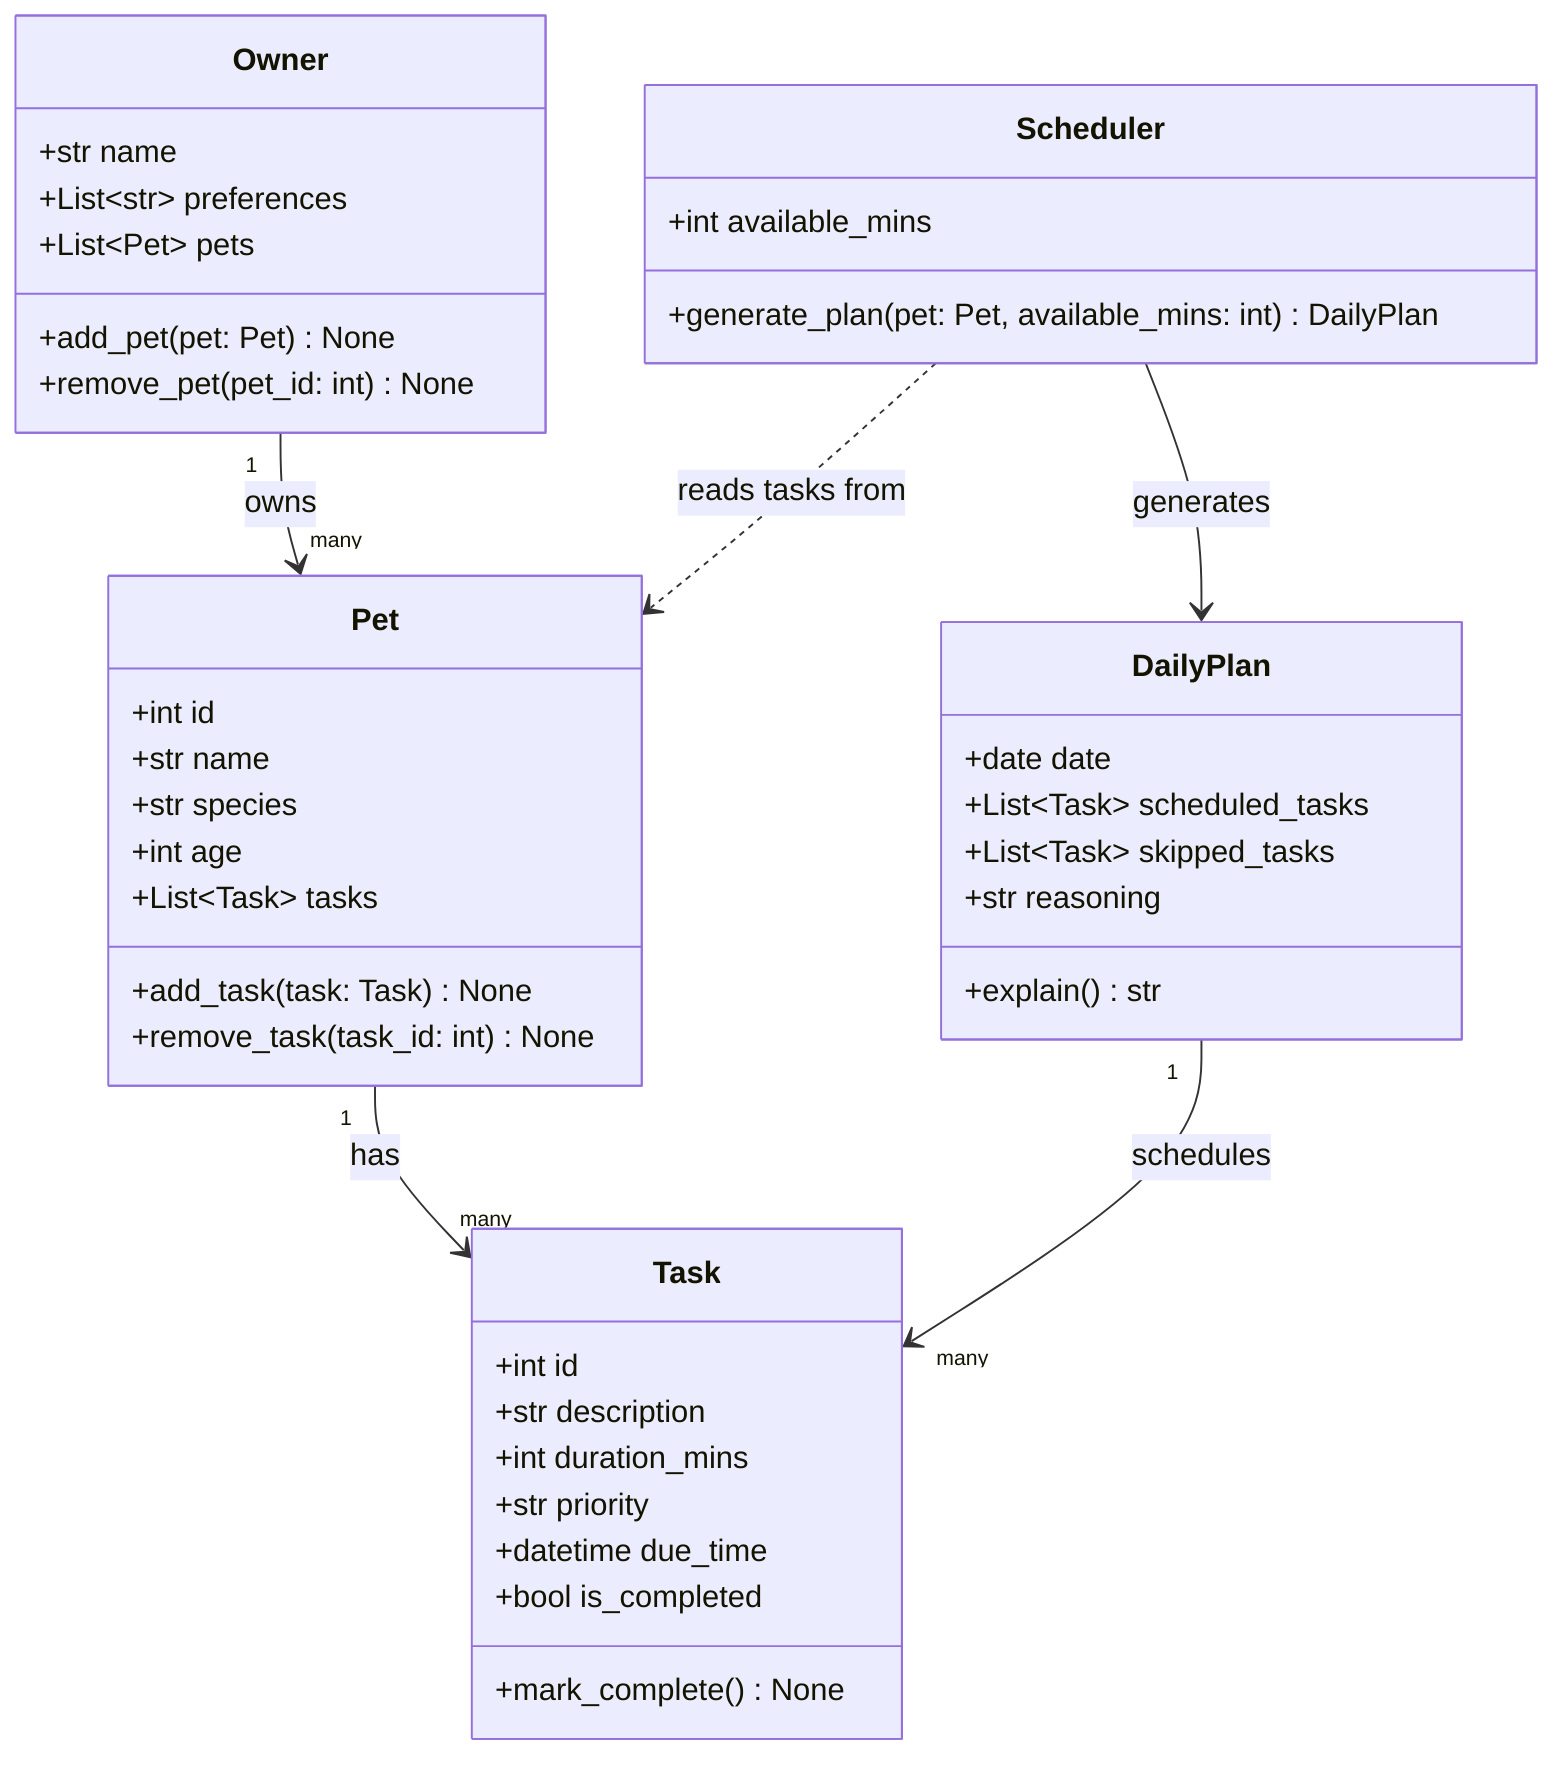
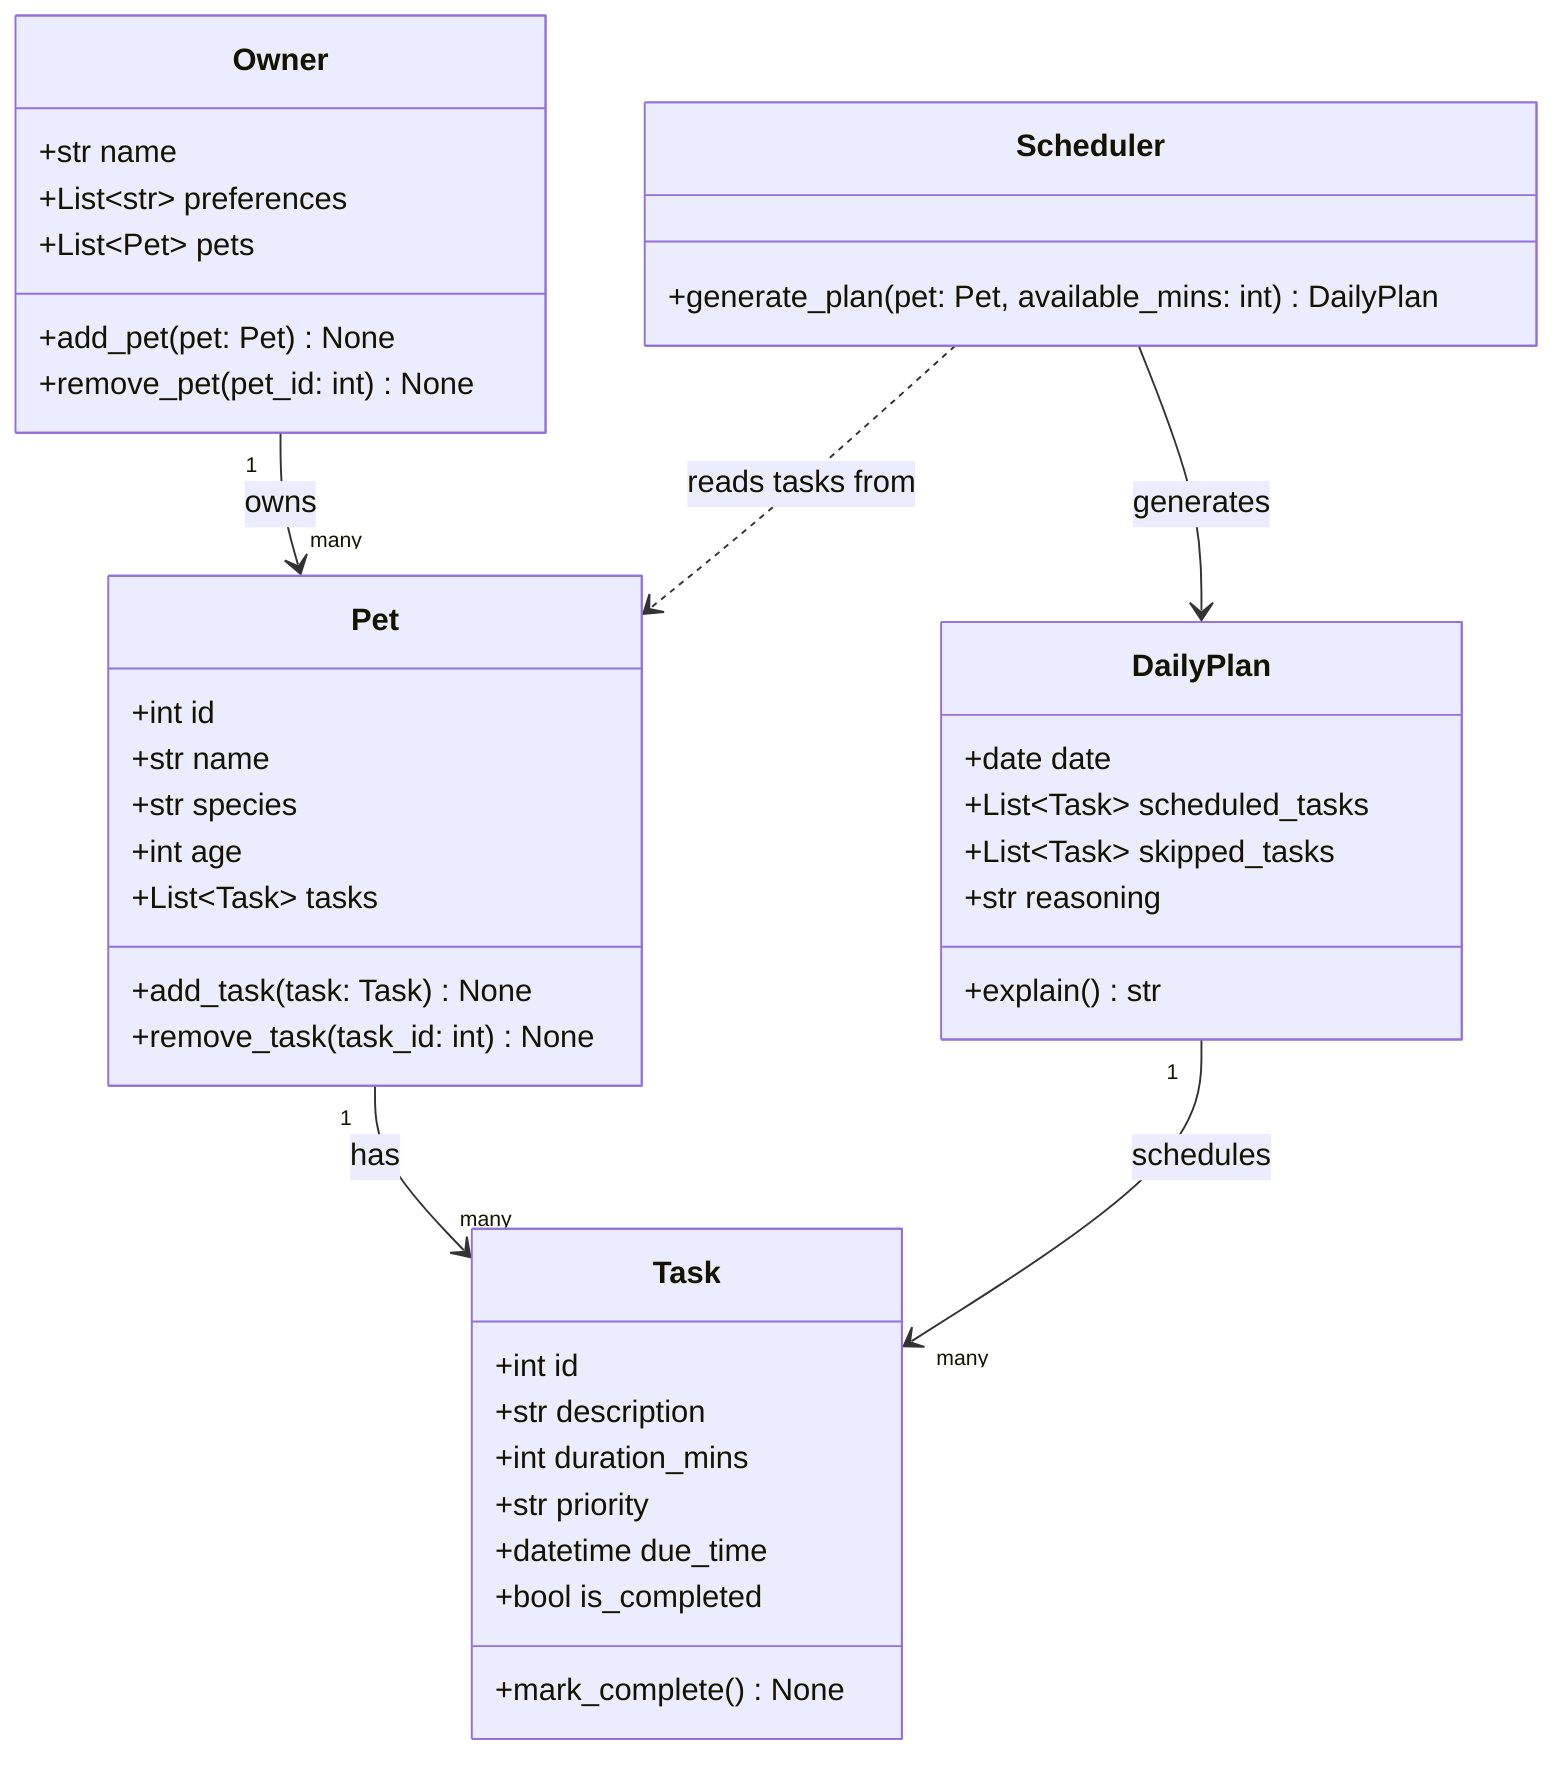
classDiagram
    %% PawPal+ domain model
    %% Owner has Pets; Pets have Tasks; Scheduler turns a Pet's Tasks into a DailyPlan.

    class Owner {
        +str name
        +List~str~ preferences
        +List~Pet~ pets
        +add_pet(pet: Pet) None
        +remove_pet(pet_id: int) None
    }

    class Pet {
        +int id
        +str name
        +str species
        +int age
        +List~Task~ tasks
        +add_task(task: Task) None
        +remove_task(task_id: int) None
    }

    class Task {
        +int id
        +str description
        +int duration_mins
        +str priority
        +datetime due_time
        +bool is_completed
        +mark_complete() None
    }

    class Scheduler {
-         +int available_mins
        +generate_plan(pet: Pet, available_mins: int) DailyPlan
    }

    class DailyPlan {
        +date date
        +List~Task~ scheduled_tasks
        +List~Task~ skipped_tasks
        +str reasoning
        +explain() str
    }

    Owner "1" --> "many" Pet : owns
    Pet "1" --> "many" Task : has
    Scheduler ..> Pet : reads tasks from
    Scheduler --> DailyPlan : generates
    DailyPlan "1" --> "many" Task : schedules
